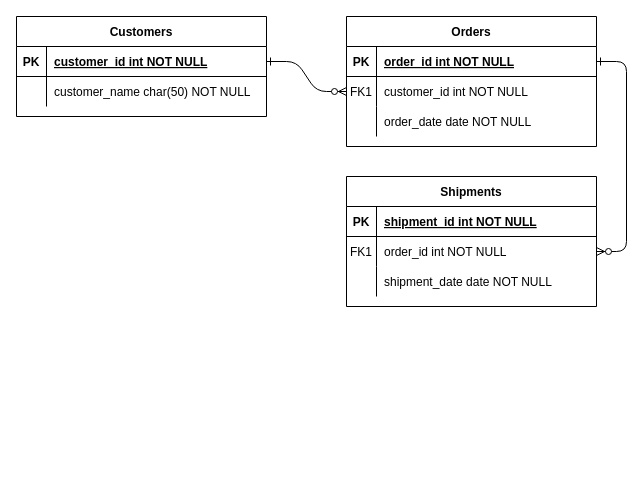
This is First Diagram.drawio from robisonJohn/Arrays, a draw.io file, before an edit. Source tidied: cells renumbered, new cells numbered last; positions are measured from the earlier drawing's top-left corner, leaving out a move shared by most shapes. Both pictures are drawn from the tidied source at 100%, with x=0, y=0 at pixel (16, 16).
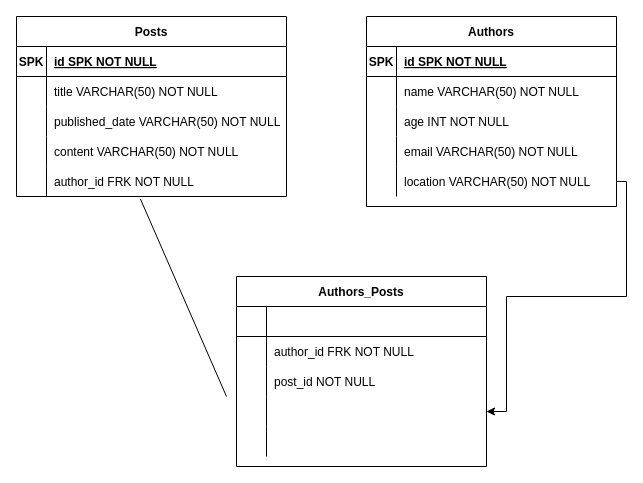
Above is the later version.

Unchanged cells that the change refers to:
```xml
<mxCell id="5" style="shape=partialRectangle;fillColor=none;points=[[0,0.5],[1,0.5]];portConstraint=eastwest;top=0;left=0;right=0;bottom=1;" parent="4" vertex="1">
  <mxGeometry y="30" width="250" height="30" as="geometry" />
</mxCell>
<mxCell id="8" style="shape=partialRectangle;fillColor=none;points=[[0,0.5],[1,0.5]];portConstraint=eastwest;top=0;left=0;right=0;bottom=0;" parent="4" vertex="1">
  <mxGeometry y="60" width="250" height="30" as="geometry" />
</mxCell>
<mxCell id="11" style="shape=partialRectangle;fillColor=none;top=0;left=0;right=0;bottom=0;" parent="4" vertex="1">
  <mxGeometry y="90" width="250" height="30" as="geometry" />
</mxCell>
```

Diff of the diagram source:
```diff
@@
-    <mxCell id="2" style="edgeStyle=entityRelationEdgeStyle;endArrow=ERzeroToMany;startArrow=ERone;endFill=1;startFill=0;" parent="1" edge="1" source="25" target="8">
-      <mxGeometry relative="1" as="geometry" />
-    </mxCell>
-    <mxCell id="3" style="edgeStyle=entityRelationEdgeStyle;endArrow=ERzeroToMany;startArrow=ERone;endFill=1;startFill=0;" parent="1" edge="1" source="5" target="18">
-      <mxGeometry relative="1" as="geometry" />
-    </mxCell>
-    <mxCell id="4" value="Orders" style="shape=table;startSize=30;childLayout=tableLayout;rowLines=0;fontStyle=1;align=center;" parent="1" vertex="1">
-      <mxGeometry x="330" width="250" height="130" as="geometry" />
+    <mxCell id="4" value="Authors" style="shape=table;startSize=30;childLayout=tableLayout;rowLines=0;fontStyle=1;align=center;" parent="1" vertex="1">
+      <mxGeometry x="350" width="250" height="190" as="geometry" />
     </mxCell>
@@
-    <mxCell id="6" value="PK" style="shape=partialRectangle;overflow=hidden;fillColor=none;top=0;left=0;bottom=0;right=0;fontStyle=1;" parent="5" vertex="1">
+    <mxCell id="6" value="SPK" style="shape=partialRectangle;overflow=hidden;fillColor=none;top=0;left=0;bottom=0;right=0;fontStyle=1;" parent="5" vertex="1">
       <mxGeometry width="30" height="30" as="geometry" />
     </mxCell>
-    <mxCell id="7" value="order_id int NOT NULL " style="shape=partialRectangle;overflow=hidden;fillColor=none;top=0;left=0;bottom=0;right=0;align=left;spacingLeft=6;fontStyle=5;" parent="5" vertex="1">
+    <mxCell id="7" value="id SPK NOT NULL " style="shape=partialRectangle;overflow=hidden;fillColor=none;top=0;left=0;bottom=0;right=0;align=left;spacingLeft=6;fontStyle=5;" parent="5" vertex="1">
       <mxGeometry x="30" width="220" height="30" as="geometry" />
     </mxCell>
@@
-    <mxCell id="9" value="FK1" style="shape=partialRectangle;overflow=hidden;fillColor=none;top=0;left=0;bottom=0;right=0;" parent="8" vertex="1">
+    <mxCell id="9" style="shape=partialRectangle;overflow=hidden;fillColor=none;top=0;left=0;bottom=0;right=0;" parent="8" vertex="1">
       <mxGeometry width="30" height="30" as="geometry" />
     </mxCell>
-    <mxCell id="10" value="customer_id int NOT NULL" style="shape=partialRectangle;overflow=hidden;fillColor=none;top=0;left=0;bottom=0;right=0;align=left;spacingLeft=6;" parent="8" vertex="1">
+    <mxCell id="10" value="name VARCHAR(50) NOT NULL" style="shape=partialRectangle;overflow=hidden;fillColor=none;top=0;left=0;bottom=0;right=0;align=left;spacingLeft=6;" parent="8" vertex="1">
       <mxGeometry x="30" width="220" height="30" as="geometry" />
     </mxCell>
@@
-    <mxCell id="13" value="order_date date NOT NULL" style="shape=partialRectangle;overflow=hidden;fillColor=none;top=0;left=0;bottom=0;right=0;align=left;spacingLeft=6;" parent="11" vertex="1">
+    <mxCell id="13" value="age INT NOT NULL" style="shape=partialRectangle;overflow=hidden;fillColor=none;top=0;left=0;bottom=0;right=0;align=left;spacingLeft=6;" parent="11" vertex="1">
       <mxGeometry x="30" width="220" height="30" as="geometry" />
     </mxCell>
-    <mxCell id="14" value="Shipments" style="shape=table;startSize=30;childLayout=tableLayout;rowLines=0;fontStyle=1;align=center;" parent="1" vertex="1">
-      <mxGeometry x="330" y="160" width="250" height="130" as="geometry" />
-    </mxCell>
-    <mxCell id="15" style="shape=partialRectangle;fillColor=none;top=0;left=0;right=0;bottom=1;" parent="14" vertex="1">
-      <mxGeometry y="30" width="250" height="30" as="geometry" />
-    </mxCell>
-    <mxCell id="16" value="PK" style="shape=partialRectangle;overflow=hidden;fillColor=none;top=0;left=0;bottom=0;right=0;fontStyle=1;" parent="15" vertex="1">
-      <mxGeometry width="30" height="30" as="geometry" />
-    </mxCell>
-    <mxCell id="17" value="shipment_id int NOT NULL " style="shape=partialRectangle;overflow=hidden;fillColor=none;top=0;left=0;bottom=0;right=0;align=left;spacingLeft=6;fontStyle=5;" parent="15" vertex="1">
-      <mxGeometry x="30" width="220" height="30" as="geometry" />
-    </mxCell>
-    <mxCell id="18" style="shape=partialRectangle;fillColor=none;points=[[0,0.5],[1,0.5]];portConstraint=eastwest;top=0;left=0;right=0;bottom=0;" parent="14" vertex="1">
-      <mxGeometry y="60" width="250" height="30" as="geometry" />
-    </mxCell>
-    <mxCell id="19" value="FK1" style="shape=partialRectangle;overflow=hidden;fillColor=none;top=0;left=0;bottom=0;right=0;" parent="18" vertex="1">
-      <mxGeometry width="30" height="30" as="geometry" />
-    </mxCell>
-    <mxCell id="20" value="order_id int NOT NULL" style="shape=partialRectangle;overflow=hidden;fillColor=none;top=0;left=0;bottom=0;right=0;align=left;spacingLeft=6;" parent="18" vertex="1">
-      <mxGeometry x="30" width="220" height="30" as="geometry" />
-    </mxCell>
-    <mxCell id="21" style="shape=partialRectangle;fillColor=none;top=0;left=0;right=0;bottom=0;" parent="14" vertex="1">
-      <mxGeometry y="90" width="250" height="30" as="geometry" />
-    </mxCell>
-    <mxCell id="22" style="shape=partialRectangle;overflow=hidden;fillColor=none;top=0;left=0;bottom=0;right=0;" parent="21" vertex="1">
-      <mxGeometry width="30" height="30" as="geometry" />
-    </mxCell>
-    <mxCell id="23" value="shipment_date date NOT NULL" style="shape=partialRectangle;overflow=hidden;fillColor=none;top=0;left=0;bottom=0;right=0;align=left;spacingLeft=6;" parent="21" vertex="1">
-      <mxGeometry x="30" width="220" height="30" as="geometry" />
-    </mxCell>
+    <mxCell id="31" style="shape=partialRectangle;fillColor=none;top=0;left=0;right=0;bottom=0;" parent="4" vertex="1">
+      <mxGeometry y="120" width="250" height="30" as="geometry" />
+    </mxCell>
+    <mxCell id="32" style="shape=partialRectangle;overflow=hidden;fillColor=none;top=0;left=0;bottom=0;right=0;" parent="31" vertex="1">
+      <mxGeometry width="30" height="30" as="geometry" />
+    </mxCell>
+    <mxCell id="33" value="email VARCHAR(50) NOT NULL" style="shape=partialRectangle;overflow=hidden;fillColor=none;top=0;left=0;bottom=0;right=0;align=left;spacingLeft=6;" parent="31" vertex="1">
+      <mxGeometry x="30" width="220" height="30" as="geometry" />
+    </mxCell>
+    <mxCell id="34" style="shape=partialRectangle;fillColor=none;points=[[0,0.5],[1,0.5]];portConstraint=eastwest;top=0;left=0;right=0;bottom=0;" parent="4" vertex="1">
+      <mxGeometry y="150" width="250" height="30" as="geometry" />
+    </mxCell>
+    <mxCell id="35" style="shape=partialRectangle;overflow=hidden;fillColor=none;top=0;left=0;bottom=0;right=0;" parent="34" vertex="1">
+      <mxGeometry width="30" height="30" as="geometry" />
+    </mxCell>
+    <mxCell id="36" value="location VARCHAR(50) NOT NULL" style="shape=partialRectangle;overflow=hidden;fillColor=none;top=0;left=0;bottom=0;right=0;align=left;spacingLeft=6;" parent="34" vertex="1">
+      <mxGeometry x="30" width="220" height="30" as="geometry" />
+    </mxCell>
-    <mxCell id="24" value="Customers" style="shape=table;startSize=30;childLayout=tableLayout;rowLines=0;fontStyle=1;align=center;" parent="1" vertex="1">
-      <mxGeometry width="250" height="100" as="geometry" />
+    <mxCell id="24" value="Posts" style="shape=table;startSize=30;childLayout=tableLayout;rowLines=0;fontStyle=1;align=center;" parent="1" vertex="1">
+      <mxGeometry width="270" height="180" as="geometry" />
     </mxCell>
     <mxCell id="25" style="shape=partialRectangle;fillColor=none;points=[[0,0.5],[1,0.5]];portConstraint=eastwest;top=0;left=0;right=0;bottom=1;" parent="24" vertex="1">
-      <mxGeometry y="30" width="250" height="30" as="geometry" />
+      <mxGeometry y="30" width="270" height="30" as="geometry" />
     </mxCell>
-    <mxCell id="26" value="PK" style="shape=partialRectangle;overflow=hidden;fillColor=none;top=0;left=0;bottom=0;right=0;fontStyle=1;" parent="25" vertex="1">
+    <mxCell id="26" value="SPK" style="shape=partialRectangle;overflow=hidden;fillColor=none;top=0;left=0;bottom=0;right=0;fontStyle=1;" parent="25" vertex="1">
       <mxGeometry width="30" height="30" as="geometry" />
     </mxCell>
-    <mxCell id="27" value="customer_id int NOT NULL " style="shape=partialRectangle;overflow=hidden;fillColor=none;top=0;left=0;bottom=0;right=0;align=left;spacingLeft=6;fontStyle=5;" parent="25" vertex="1">
-      <mxGeometry x="30" width="220" height="30" as="geometry" />
+    <mxCell id="27" value="id SPK NOT NULL " style="shape=partialRectangle;overflow=hidden;fillColor=none;top=0;left=0;bottom=0;right=0;align=left;spacingLeft=6;fontStyle=5;" parent="25" vertex="1">
+      <mxGeometry x="30" width="240" height="30" as="geometry" />
     </mxCell>
     <mxCell id="28" style="shape=partialRectangle;fillColor=none;top=0;left=0;right=0;bottom=0;" parent="24" vertex="1">
-      <mxGeometry y="60" width="250" height="30" as="geometry" />
+      <mxGeometry y="60" width="270" height="30" as="geometry" />
     </mxCell>
@@
-    <mxCell id="30" value="customer_name char(50) NOT NULL" style="shape=partialRectangle;overflow=hidden;fillColor=none;top=0;left=0;bottom=0;right=0;align=left;spacingLeft=6;" parent="28" vertex="1">
-      <mxGeometry x="30" width="220" height="30" as="geometry" />
+    <mxCell id="30" value="title VARCHAR(50) NOT NULL" style="shape=partialRectangle;overflow=hidden;fillColor=none;top=0;left=0;bottom=0;right=0;align=left;spacingLeft=6;" parent="28" vertex="1">
+      <mxGeometry x="30" width="240" height="30" as="geometry" />
     </mxCell>
+    <mxCell id="37" style="shape=partialRectangle;fillColor=none;top=0;left=0;right=0;bottom=0;" parent="24" vertex="1">
+      <mxGeometry y="90" width="270" height="30" as="geometry" />
+    </mxCell>
+    <mxCell id="38" style="shape=partialRectangle;overflow=hidden;fillColor=none;top=0;left=0;bottom=0;right=0;" parent="37" vertex="1">
+      <mxGeometry width="30" height="30" as="geometry" />
+    </mxCell>
+    <mxCell id="39" value="published_date VARCHAR(50) NOT NULL" style="shape=partialRectangle;overflow=hidden;fillColor=none;top=0;left=0;bottom=0;right=0;align=left;spacingLeft=6;" parent="37" vertex="1">
+      <mxGeometry x="30" width="240" height="30" as="geometry" />
+    </mxCell>
+    <mxCell id="40" style="shape=partialRectangle;fillColor=none;top=0;left=0;right=0;bottom=0;" parent="24" vertex="1">
+      <mxGeometry y="120" width="270" height="30" as="geometry" />
+    </mxCell>
+    <mxCell id="41" style="shape=partialRectangle;overflow=hidden;fillColor=none;top=0;left=0;bottom=0;right=0;" parent="40" vertex="1">
+      <mxGeometry width="30" height="30" as="geometry" />
+    </mxCell>
+    <mxCell id="42" value="content VARCHAR(50) NOT NULL" style="shape=partialRectangle;overflow=hidden;fillColor=none;top=0;left=0;bottom=0;right=0;align=left;spacingLeft=6;" parent="40" vertex="1">
+      <mxGeometry x="30" width="240" height="30" as="geometry" />
+    </mxCell>
+    <mxCell id="43" style="shape=partialRectangle;fillColor=none;points=[[0,0.5],[1,0.5]];portConstraint=eastwest;top=0;left=0;right=0;bottom=0;" parent="24" vertex="1">
+      <mxGeometry y="150" width="270" height="30" as="geometry" />
+    </mxCell>
+    <mxCell id="44" style="shape=partialRectangle;overflow=hidden;fillColor=none;top=0;left=0;bottom=0;right=0;" parent="43" vertex="1">
+      <mxGeometry width="30" height="30" as="geometry" />
+    </mxCell>
+    <mxCell id="45" value="author_id FRK NOT NULL" style="shape=partialRectangle;overflow=hidden;fillColor=none;top=0;left=0;bottom=0;right=0;align=left;spacingLeft=6;" parent="43" vertex="1">
+      <mxGeometry x="30" width="240" height="30" as="geometry" />
+    </mxCell>
+    <mxCell id="46" value="Authors_Posts" style="shape=table;startSize=30;childLayout=tableLayout;rowLines=0;fontStyle=1;align=center;" parent="1" vertex="1">
+      <mxGeometry x="220" y="260" width="250" height="190" as="geometry" />
+    </mxCell>
+    <mxCell id="15" style="shape=partialRectangle;fillColor=none;top=0;left=0;right=0;bottom=1;" parent="46" vertex="1">
+      <mxGeometry y="30" width="250" height="30" as="geometry" />
+    </mxCell>
+    <mxCell id="47" style="shape=partialRectangle;overflow=hidden;fillColor=none;top=0;left=0;bottom=0;right=0;fontStyle=1;" parent="15" vertex="1">
+      <mxGeometry width="30" height="30" as="geometry" />
+    </mxCell>
+    <mxCell id="48" style="shape=partialRectangle;overflow=hidden;fillColor=none;top=0;left=0;bottom=0;right=0;align=left;spacingLeft=6;fontStyle=5;" parent="15" vertex="1">
+      <mxGeometry x="30" width="220" height="30" as="geometry" />
+    </mxCell>
+    <mxCell id="18" style="shape=partialRectangle;fillColor=none;points=[[0,0.5],[1,0.5]];portConstraint=eastwest;top=0;left=0;right=0;bottom=0;" parent="46" vertex="1">
+      <mxGeometry y="60" width="250" height="30" as="geometry" />
+    </mxCell>
+    <mxCell id="49" style="shape=partialRectangle;overflow=hidden;fillColor=none;top=0;left=0;bottom=0;right=0;" parent="18" vertex="1">
+      <mxGeometry width="30" height="30" as="geometry" />
+    </mxCell>
+    <mxCell id="50" value="author_id FRK NOT NULL" style="shape=partialRectangle;overflow=hidden;fillColor=none;top=0;left=0;bottom=0;right=0;align=left;spacingLeft=6;" parent="18" vertex="1">
+      <mxGeometry x="30" width="220" height="30" as="geometry" />
+    </mxCell>
+    <mxCell id="21" style="shape=partialRectangle;fillColor=none;top=0;left=0;right=0;bottom=0;" parent="46" vertex="1">
+      <mxGeometry y="90" width="250" height="30" as="geometry" />
+    </mxCell>
+    <mxCell id="51" style="shape=partialRectangle;overflow=hidden;fillColor=none;top=0;left=0;bottom=0;right=0;" parent="21" vertex="1">
+      <mxGeometry width="30" height="30" as="geometry" />
+    </mxCell>
+    <mxCell id="52" value="post_id NOT NULL" style="shape=partialRectangle;overflow=hidden;fillColor=none;top=0;left=0;bottom=0;right=0;align=left;spacingLeft=6;" parent="21" vertex="1">
+      <mxGeometry x="30" width="220" height="30" as="geometry" />
+    </mxCell>
+    <mxCell id="53" style="shape=partialRectangle;fillColor=none;points=[[0,0.5],[1,0.5]];portConstraint=eastwest;top=0;left=0;right=0;bottom=0;" parent="46" vertex="1">
+      <mxGeometry y="120" width="250" height="30" as="geometry" />
+    </mxCell>
+    <mxCell id="54" style="shape=partialRectangle;overflow=hidden;fillColor=none;top=0;left=0;bottom=0;right=0;" parent="53" vertex="1">
+      <mxGeometry width="30" height="30" as="geometry" />
+    </mxCell>
+    <mxCell id="55" style="shape=partialRectangle;overflow=hidden;fillColor=none;top=0;left=0;bottom=0;right=0;align=left;spacingLeft=6;" parent="53" vertex="1">
+      <mxGeometry x="30" width="220" height="30" as="geometry" />
+    </mxCell>
+    <mxCell id="56" style="shape=partialRectangle;fillColor=none;top=0;left=0;right=0;bottom=0;" parent="46" vertex="1">
+      <mxGeometry y="150" width="250" height="30" as="geometry" />
+    </mxCell>
+    <mxCell id="57" style="shape=partialRectangle;overflow=hidden;fillColor=none;top=0;left=0;bottom=0;right=0;" parent="56" vertex="1">
+      <mxGeometry width="30" height="30" as="geometry" />
+    </mxCell>
+    <mxCell id="58" style="shape=partialRectangle;overflow=hidden;fillColor=none;top=0;left=0;bottom=0;right=0;align=left;spacingLeft=6;" parent="56" vertex="1">
+      <mxGeometry x="30" width="220" height="30" as="geometry" />
+    </mxCell>
+    <mxCell id="59" style="endArrow=none;html=1;exitX=0.459;exitY=1.083;exitDx=0;exitDy=0;exitPerimeter=0;" parent="1" edge="1" source="43">
+      <mxGeometry relative="1" as="geometry">
+        <mxPoint x="210" y="380" as="targetPoint" />
+      </mxGeometry>
+    </mxCell>
+    <mxCell id="60" style="edgeStyle=orthogonalEdgeStyle;rounded=0;jettySize=auto;html=1;entryX=1;entryY=0.5;entryDx=0;entryDy=0;" parent="1" edge="1" source="34" target="53">
+      <mxGeometry relative="1" as="geometry">
+        <Array as="points">
+          <mxPoint x="610" y="165" />
+          <mxPoint x="610" y="280" />
+          <mxPoint x="490" y="280" />
+          <mxPoint x="490" y="395" />
+        </Array>
+      </mxGeometry>
+    </mxCell>
```
